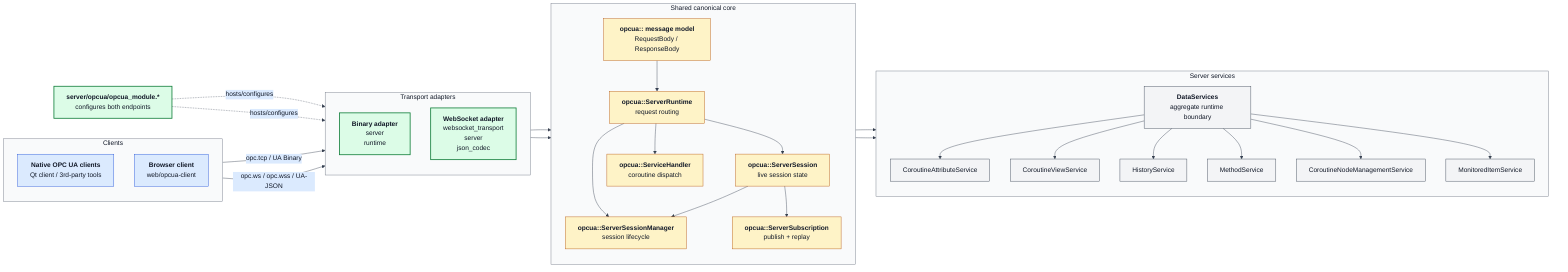
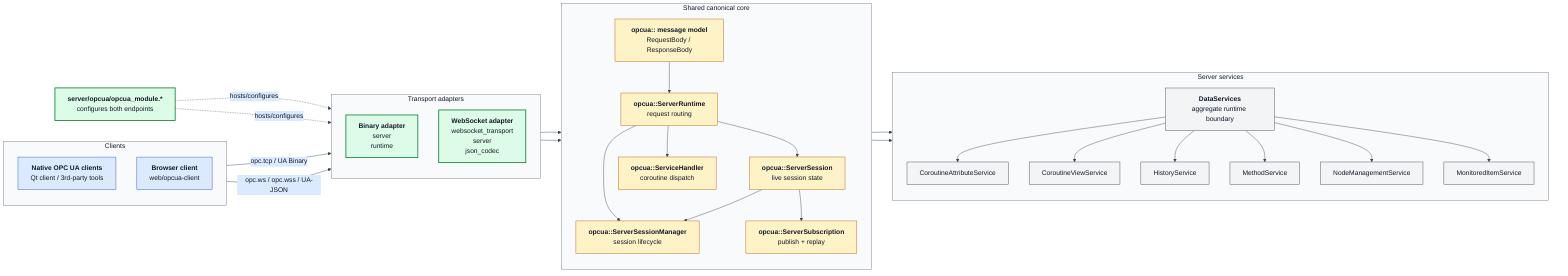
%%{init: {
  'theme': 'base',
  'themeVariables': {
    'background': '#ffffff',
    'primaryColor': '#f3f4f6',
    'primaryBorderColor': '#374151',
    'primaryTextColor': '#111827',
    'secondaryColor': '#dbeafe',
    'secondaryBorderColor': '#1d4ed8',
    'secondaryTextColor': '#111827',
    'tertiaryColor': '#dcfce7',
    'tertiaryBorderColor': '#15803d',
    'tertiaryTextColor': '#111827',
    'lineColor': '#374151',
    'defaultLinkColor': '#374151',
    'clusterBkg': '#f9fafb',
    'clusterBorder': '#6b7280',
    'titleColor': '#111827'
  },
  'flowchart': {'htmlLabels': true}
}}%%
flowchart LR
    subgraph Clients["Clients"]
        direction TB
        NATIVE["<b>Native OPC UA clients</b><br/>Qt client / 3rd-party tools"]
        BROWSER["<b>Browser client</b><br/>web/opcua-client"]
    end

    subgraph Adapters["Transport adapters"]
        direction TB
        BIN["<b>Binary adapter</b><br/>server<br/>runtime"]
        WS["<b>WebSocket adapter</b><br/>websocket_transport<br/>server<br/>json_codec"]
    end

    subgraph Core["Shared canonical core"]
        direction TB
        MSG["<b>opcua:: message model</b><br/>RequestBody / ResponseBody"]
        RT["<b>opcua::ServerRuntime</b><br/>request routing"]
        SMGR["<b>opcua::ServerSessionManager</b><br/>session lifecycle"]
        SESS["<b>opcua::ServerSession</b><br/>live session state"]
        SUB["<b>opcua::ServerSubscription</b><br/>publish + replay"]
        HANDLER["<b>opcua::ServiceHandler</b><br/>coroutine dispatch"]
    end

    subgraph Services["Server services"]
        direction TB
        CTX["<b>DataServices</b><br/>aggregate runtime boundary"]
        ATTR["CoroutineAttributeService"]
        VIEW["CoroutineViewService"]
        HIST["HistoryService"]
        METH["MethodService"]
-         NODE["CoroutineNodeManagementService"]
+         NODE["NodeManagementService"]
        MON["MonitoredItemService"]
    end

    MOD["<b>server/opcua/opcua_module.*</b><br/>configures both endpoints"]

    NATIVE -->|opc.tcp / UA Binary| BIN
    BROWSER -->|opc.ws / opc.wss / UA-JSON| WS

    BIN --> MSG
    WS --> MSG
    MSG --> RT
    RT --> SMGR
    RT --> SESS
    RT --> HANDLER
    SESS --> SUB
    SESS --> SMGR
    HANDLER --> CTX
    SMGR --> CTX
    CTX --> ATTR
    CTX --> VIEW
    CTX --> HIST
    CTX --> METH
    CTX --> NODE
    CTX --> MON

    MOD -.hosts/configures.-> BIN
    MOD -.hosts/configures.-> WS

    classDef clientStyle fill:#dbeafe,stroke:#1d4ed8,color:#111827
    classDef adapterStyle fill:#dcfce7,stroke:#15803d,color:#111827,stroke-width:2px
    classDef coreStyle fill:#fef3c7,stroke:#b45309,color:#111827
    classDef serviceStyle fill:#f3f4f6,stroke:#374151,color:#111827
    class NATIVE,BROWSER clientStyle
    class BIN,WS,MOD adapterStyle
    class MSG,RT,SMGR,SESS,SUB,HANDLER coreStyle
    class CTX,ATTR,VIEW,HIST,METH,NODE,MON serviceStyle
